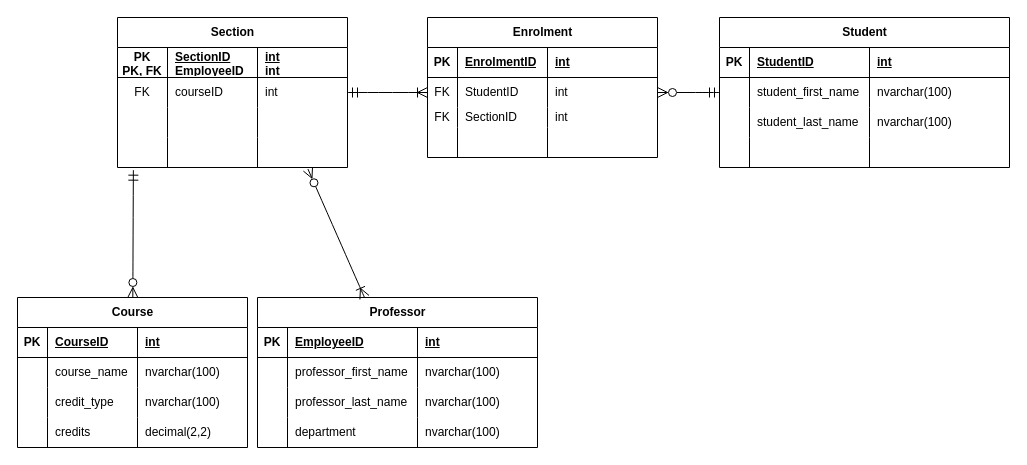
This is 2NF.drawio from ConnorGaskill/UML, a draw.io file, before an edit. Source tidied: cells renumbered, new cells numbered last; positions are measured from the earlier drawing's top-left corner, leaving out a move shared by most shapes. Both pictures are drawn from the tidied source at 100%, with x=0, y=0 at pixel (17, 17).
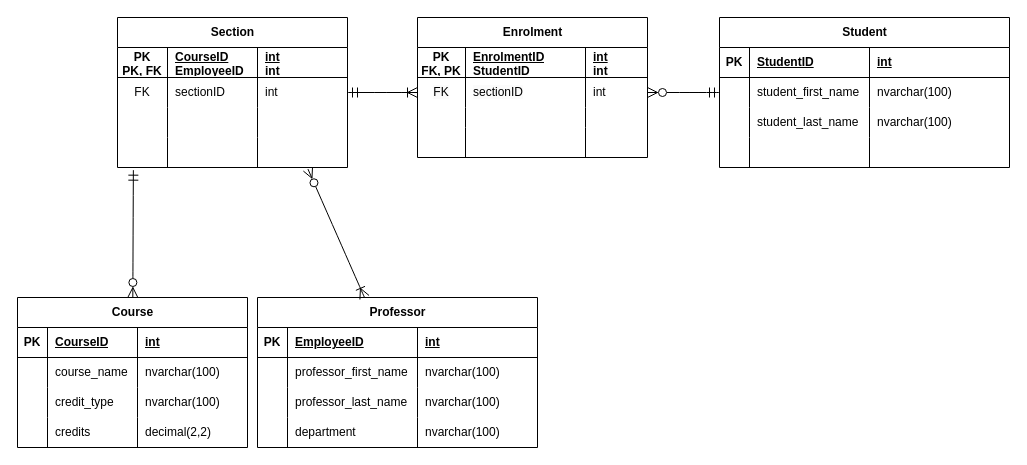
The same page after the edit.

Unchanged cells that the change refers to:
```xml
<mxCell id="55" style="shape=tableRow;horizontal=0;startSize=0;swimlaneHead=0;swimlaneBody=0;fillColor=none;top=0;left=0;right=0;bottom=1;" parent="54" vertex="1">
  <mxGeometry y="30" width="230" height="30" as="geometry" />
</mxCell>
<mxCell id="59" style="shape=tableRow;horizontal=0;startSize=0;swimlaneHead=0;swimlaneBody=0;fillColor=none;points=[[0,0.5],[1,0.5]];portConstraint=eastwest;top=0;left=0;right=0;bottom=0;" parent="54" vertex="1">
  <mxGeometry y="60" width="230" height="30" as="geometry" />
</mxCell>
<mxCell id="63" style="shape=tableRow;horizontal=0;startSize=0;swimlaneHead=0;swimlaneBody=0;fillColor=none;top=0;left=0;right=0;bottom=0;" parent="54" vertex="1">
  <mxGeometry y="90" width="230" height="20" as="geometry" />
</mxCell>
<mxCell id="67" style="shape=tableRow;horizontal=0;startSize=0;swimlaneHead=0;swimlaneBody=0;fillColor=none;top=0;left=0;right=0;bottom=0;" parent="54" vertex="1">
  <mxGeometry y="110" width="230" height="30" as="geometry" />
</mxCell>
<mxCell id="72" style="shape=tableRow;horizontal=0;startSize=0;swimlaneHead=0;swimlaneBody=0;fillColor=none;top=0;left=0;right=0;bottom=1;" parent="71" vertex="1">
  <mxGeometry y="30" width="230" height="30" as="geometry" />
</mxCell>
<mxCell id="76" style="shape=tableRow;horizontal=0;startSize=0;swimlaneHead=0;swimlaneBody=0;fillColor=none;points=[[0,0.5],[1,0.5]];portConstraint=eastwest;top=0;left=0;right=0;bottom=0;" parent="71" vertex="1">
  <mxGeometry y="60" width="230" height="30" as="geometry" />
</mxCell>
```

Diff of the diagram source:
```diff
@@
     <mxCell id="54" value="Enrolment" style="shape=table;startSize=30;childLayout=tableLayout;rowLines=0;fontStyle=1;align=center;html=1;" parent="1" vertex="1">
-      <mxGeometry x="410" width="230" height="140" as="geometry" />
+      <mxGeometry x="400" width="230" height="140" as="geometry" />
     </mxCell>
@@
-    <mxCell id="56" value="PK" style="shape=partialRectangle;fillColor=none;top=0;left=0;bottom=0;right=0;fontStyle=1;overflow=hidden;whiteSpace=wrap;html=1;" parent="55" vertex="1">
-      <mxGeometry width="30" height="30" as="geometry" />
+    <mxCell id="56" value="PK&lt;div&gt;FK, PK&lt;/div&gt;" style="shape=partialRectangle;fillColor=none;top=0;left=0;bottom=0;right=0;fontStyle=1;overflow=hidden;whiteSpace=wrap;html=1;" parent="55" vertex="1">
+      <mxGeometry width="48" height="30" as="geometry" />
     </mxCell>
-    <mxCell id="57" value="EnrolmentID" style="shape=partialRectangle;fillColor=none;top=0;left=0;bottom=0;right=0;align=left;spacingLeft=6;fontStyle=5;overflow=hidden;whiteSpace=wrap;html=1;" parent="55" vertex="1">
-      <mxGeometry x="30" width="90" height="30" as="geometry" />
+    <mxCell id="57" value="EnrolmentID&lt;div&gt;StudentID&lt;/div&gt;" style="shape=partialRectangle;fillColor=none;top=0;left=0;bottom=0;right=0;align=left;spacingLeft=6;fontStyle=5;overflow=hidden;whiteSpace=wrap;html=1;" parent="55" vertex="1">
+      <mxGeometry x="48" width="120" height="30" as="geometry" />
     </mxCell>
-    <mxCell id="58" value="int" style="shape=partialRectangle;fillColor=none;top=0;left=0;bottom=0;right=0;align=left;spacingLeft=6;fontStyle=5;overflow=hidden;whiteSpace=wrap;html=1;" parent="55" vertex="1">
-      <mxGeometry x="120" width="110" height="30" as="geometry" />
+    <mxCell id="58" value="int&lt;div&gt;int&lt;/div&gt;" style="shape=partialRectangle;fillColor=none;top=0;left=0;bottom=0;right=0;align=left;spacingLeft=6;fontStyle=5;overflow=hidden;whiteSpace=wrap;html=1;" parent="55" vertex="1">
+      <mxGeometry x="168" width="62" height="30" as="geometry" />
     </mxCell>
@@
-    <mxCell id="60" value="FK" style="shape=partialRectangle;fillColor=none;top=0;left=0;bottom=0;right=0;overflow=hidden;whiteSpace=wrap;html=1;" parent="59" vertex="1">
-      <mxGeometry width="30" height="30" as="geometry" />
+    <mxCell id="60" value="&lt;span style=&quot;color: rgb(0, 0, 0); font-family: Helvetica; font-size: 12px; font-style: normal; font-variant-ligatures: normal; font-variant-caps: normal; font-weight: 400; letter-spacing: normal; orphans: 2; text-align: center; text-indent: 0px; text-transform: none; widows: 2; word-spacing: 0px; -webkit-text-stroke-width: 0px; white-space: normal; background-color: rgb(251, 251, 251); text-decoration-thickness: initial; text-decoration-style: initial; text-decoration-color: initial; float: none; display: inline !important;&quot;&gt;FK&lt;/span&gt;" style="shape=partialRectangle;fillColor=none;top=0;left=0;bottom=0;right=0;overflow=hidden;whiteSpace=wrap;html=1;" parent="59" vertex="1">
+      <mxGeometry width="48" height="30" as="geometry" />
     </mxCell>
-    <mxCell id="61" value="StudentID" style="shape=partialRectangle;fillColor=none;top=0;left=0;bottom=0;right=0;align=left;spacingLeft=6;overflow=hidden;whiteSpace=wrap;html=1;" parent="59" vertex="1">
-      <mxGeometry x="30" width="90" height="30" as="geometry" />
+    <mxCell id="61" value="&lt;span style=&quot;color: rgb(0, 0, 0); font-family: Helvetica; font-size: 12px; font-style: normal; font-variant-ligatures: normal; font-variant-caps: normal; font-weight: 400; letter-spacing: normal; orphans: 2; text-align: left; text-indent: 0px; text-transform: none; widows: 2; word-spacing: 0px; -webkit-text-stroke-width: 0px; white-space: normal; background-color: rgb(251, 251, 251); text-decoration-thickness: initial; text-decoration-style: initial; text-decoration-color: initial; float: none; display: inline !important;&quot;&gt;sectionID&lt;/span&gt;" style="shape=partialRectangle;fillColor=none;top=0;left=0;bottom=0;right=0;align=left;spacingLeft=6;overflow=hidden;whiteSpace=wrap;html=1;" parent="59" vertex="1">
+      <mxGeometry x="48" width="120" height="30" as="geometry" />
     </mxCell>
     <mxCell id="62" value="int" style="shape=partialRectangle;fillColor=none;top=0;left=0;bottom=0;right=0;align=left;spacingLeft=6;overflow=hidden;whiteSpace=wrap;html=1;" parent="59" vertex="1">
-      <mxGeometry x="120" width="110" height="30" as="geometry" />
+      <mxGeometry x="168" width="62" height="30" as="geometry" />
     </mxCell>
@@
-    <mxCell id="64" value="FK" style="shape=partialRectangle;fillColor=none;top=0;left=0;bottom=0;right=0;overflow=hidden;whiteSpace=wrap;html=1;" parent="63" vertex="1">
-      <mxGeometry width="30" height="20" as="geometry" />
+    <mxCell id="64" style="shape=partialRectangle;fillColor=none;top=0;left=0;bottom=0;right=0;overflow=hidden;whiteSpace=wrap;html=1;" parent="63" vertex="1">
+      <mxGeometry width="48" height="20" as="geometry" />
     </mxCell>
-    <mxCell id="65" value="SectionID" style="shape=partialRectangle;fillColor=none;top=0;left=0;bottom=0;right=0;align=left;spacingLeft=6;overflow=hidden;whiteSpace=wrap;html=1;" parent="63" vertex="1">
-      <mxGeometry x="30" width="90" height="20" as="geometry" />
+    <mxCell id="65" style="shape=partialRectangle;fillColor=none;top=0;left=0;bottom=0;right=0;align=left;spacingLeft=6;overflow=hidden;whiteSpace=wrap;html=1;" parent="63" vertex="1">
+      <mxGeometry x="48" width="120" height="20" as="geometry" />
     </mxCell>
-    <mxCell id="66" value="int" style="shape=partialRectangle;fillColor=none;top=0;left=0;bottom=0;right=0;align=left;spacingLeft=6;overflow=hidden;whiteSpace=wrap;html=1;" parent="63" vertex="1">
-      <mxGeometry x="120" width="110" height="20" as="geometry" />
+    <mxCell id="66" style="shape=partialRectangle;fillColor=none;top=0;left=0;bottom=0;right=0;align=left;spacingLeft=6;overflow=hidden;whiteSpace=wrap;html=1;" parent="63" vertex="1">
+      <mxGeometry x="168" width="62" height="20" as="geometry" />
     </mxCell>
@@
     <mxCell id="68" style="shape=partialRectangle;fillColor=none;top=0;left=0;bottom=0;right=0;overflow=hidden;whiteSpace=wrap;html=1;" parent="67" vertex="1">
-      <mxGeometry width="30" height="30" as="geometry" />
+      <mxGeometry width="48" height="30" as="geometry" />
     </mxCell>
     <mxCell id="69" style="shape=partialRectangle;fillColor=none;top=0;left=0;bottom=0;right=0;align=left;spacingLeft=6;overflow=hidden;whiteSpace=wrap;html=1;" parent="67" vertex="1">
-      <mxGeometry x="30" width="90" height="30" as="geometry" />
+      <mxGeometry x="48" width="120" height="30" as="geometry" />
     </mxCell>
     <mxCell id="70" style="shape=partialRectangle;fillColor=none;top=0;left=0;bottom=0;right=0;align=left;spacingLeft=6;overflow=hidden;whiteSpace=wrap;html=1;" parent="67" vertex="1">
-      <mxGeometry x="120" width="110" height="30" as="geometry" />
+      <mxGeometry x="168" width="62" height="30" as="geometry" />
     </mxCell>
@@
-    <mxCell id="74" value="SectionID&lt;div&gt;EmployeeID&lt;/div&gt;" style="shape=partialRectangle;fillColor=none;top=0;left=0;bottom=0;right=0;align=left;spacingLeft=6;fontStyle=5;overflow=hidden;whiteSpace=wrap;html=1;" parent="72" vertex="1">
+    <mxCell id="74" value="CourseID&lt;br&gt;&lt;div&gt;EmployeeID&lt;/div&gt;" style="shape=partialRectangle;fillColor=none;top=0;left=0;bottom=0;right=0;align=left;spacingLeft=6;fontStyle=5;overflow=hidden;whiteSpace=wrap;html=1;" parent="72" vertex="1">
       <mxGeometry x="50" width="90" height="30" as="geometry" />
     </mxCell>
@@
-    <mxCell id="78" value="courseID" style="shape=partialRectangle;fillColor=none;top=0;left=0;bottom=0;right=0;align=left;spacingLeft=6;overflow=hidden;whiteSpace=wrap;html=1;" parent="76" vertex="1">
+    <mxCell id="78" value="sectionID" style="shape=partialRectangle;fillColor=none;top=0;left=0;bottom=0;right=0;align=left;spacingLeft=6;overflow=hidden;whiteSpace=wrap;html=1;" parent="76" vertex="1">
       <mxGeometry x="50" width="90" height="30" as="geometry" />
     </mxCell>
```
